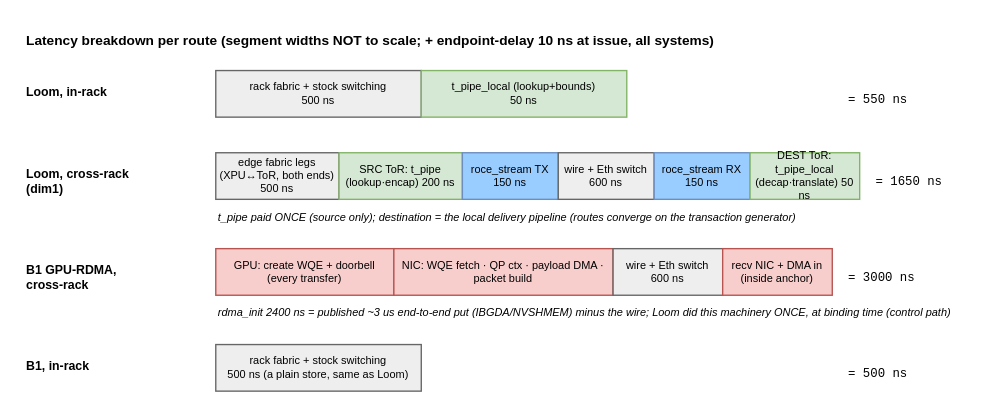
harshanavkis/astra-sim keeps this draw.io diagram as examples/loom/figures/loom-latency-breakdown.drawio.xml. Above is the earlier version. Source tidied: cells renumbered, new cells numbered last; positions are measured from the earlier drawing's top-left corner, leaving out a move shared by most shapes. Both pictures are drawn from the tidied source at 137%, with x=0, y=0 at pixel (23, 23).
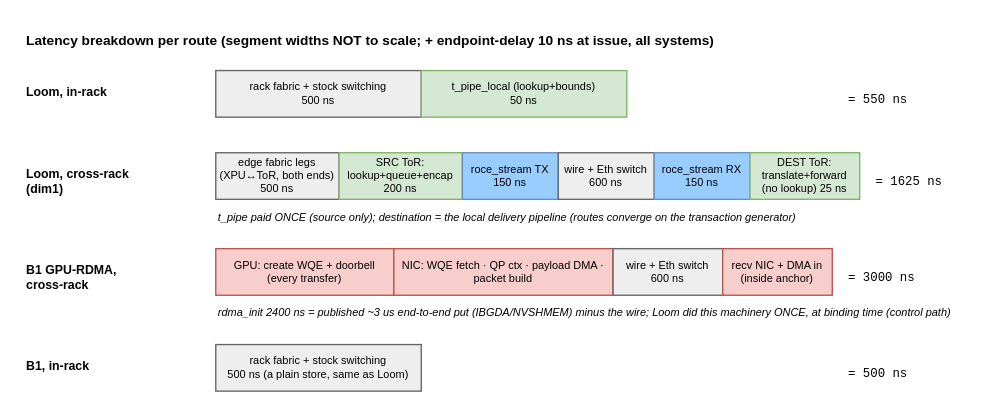
The same diagram, later.

Commit message (it also covers changes not shown here):
loom: D13 per-stage pipeline parameters (user-identified)

The edit, as a diff of the source:
```diff
@@
-    <mxCell id="9" value="SRC ToR: t_pipe&#10;(lookup·encap) 200 ns" style="rounded=0;whiteSpace=wrap;html=1;fillColor=#d5e8d4;strokeColor=#82b366;fontSize=8;" parent="1" vertex="1">
+    <mxCell id="9" value="SRC ToR: lookup+queue+encap&#10;200 ns" style="rounded=0;whiteSpace=wrap;html=1;fillColor=#d5e8d4;strokeColor=#82b366;fontSize=8;" parent="1" vertex="1">
       <mxGeometry x="230" y="94" width="90" height="34" as="geometry" />
     </mxCell>
@@
-    <mxCell id="13" value="DEST ToR: t_pipe_local&#10;(decap·translate) 50 ns" style="rounded=0;whiteSpace=wrap;html=1;fillColor=#d5e8d4;strokeColor=#82b366;fontSize=8;" parent="1" vertex="1">
+    <mxCell id="13" value="DEST ToR: translate+forward&#10;(no lookup) 25 ns" style="rounded=0;whiteSpace=wrap;html=1;fillColor=#d5e8d4;strokeColor=#82b366;fontSize=8;" parent="1" vertex="1">
       <mxGeometry x="530" y="94" width="80" height="34" as="geometry" />
     </mxCell>
-    <mxCell id="14" value="= 1650 ns" style="text;html=1;strokeColor=none;fillColor=none;fontSize=9;align=left;fontFamily=Courier;" parent="1" vertex="1">
+    <mxCell id="14" value="= 1625 ns" style="text;html=1;strokeColor=none;fillColor=none;fontSize=9;align=left;fontFamily=Courier;" parent="1" vertex="1">
       <mxGeometry x="620" y="104" width="80" height="14" as="geometry" />
     </mxCell>
```
